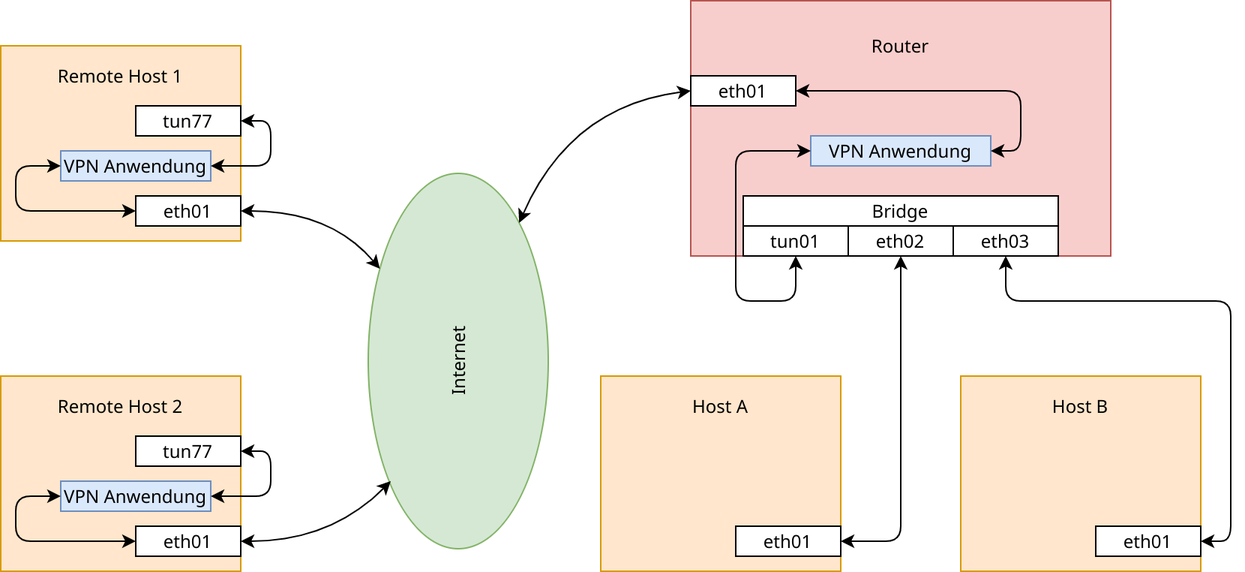
Above: latex/tap_physical.png in lucaswzyk/pres_tun_tap (draw.io), before the change. Source tidied: cells renumbered, new cells last; positions are measured from the earlier drawing's top-left corner, leaving out a move shared by most shapes.
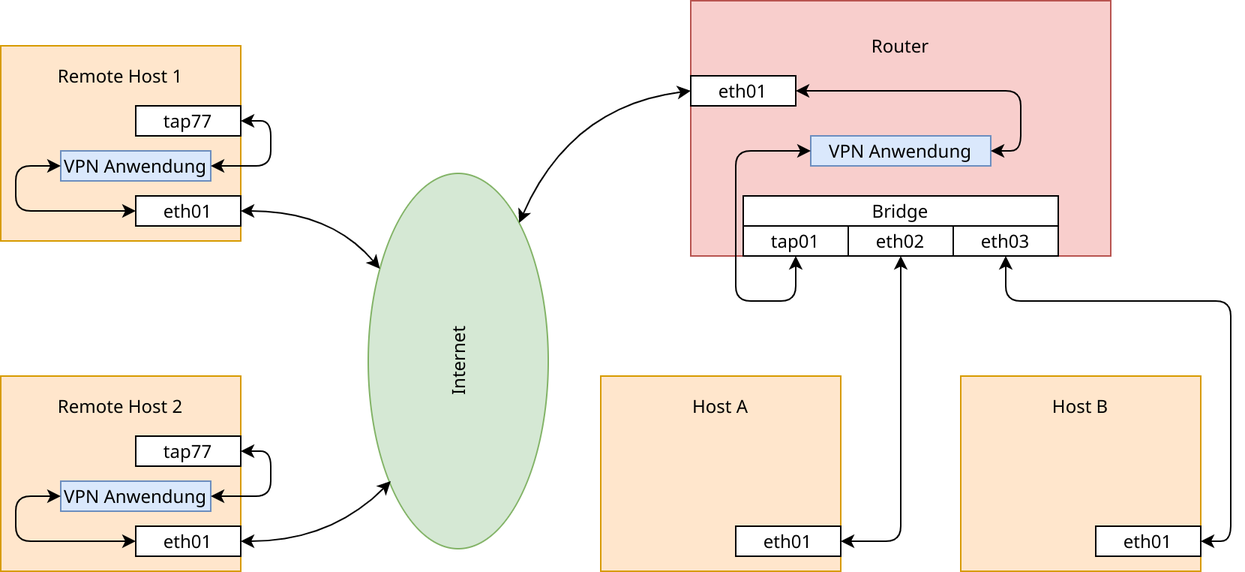
After the commit.

Diff of the diagram source:
```diff
@@ -2,168 +2,168 @@
   <root>
     <mxCell id="0" />
     <mxCell id="1" parent="0" />
-    <mxCell id="2" style="rounded=0;whiteSpace=wrap;html=1;fillColor=#ffe6cc;strokeColor=#d79b00;" parent="1" vertex="1">
-      <mxGeometry x="400" y="250" width="160" height="130" as="geometry" />
-    </mxCell>
-    <mxCell id="3" style="rounded=0;whiteSpace=wrap;html=1;fillColor=#f8cecc;strokeColor=#b85450;" parent="1" vertex="1">
-      <mxGeometry x="460" width="280" height="170" as="geometry" />
-    </mxCell>
+    <mxCell id="38" style="rounded=0;whiteSpace=wrap;html=1;fillColor=#ffe6cc;strokeColor=#d79b00;" parent="1" vertex="1">
+      <mxGeometry x="400" y="250" width="160" height="130" as="geometry" />
+    </mxCell>
+    <mxCell id="39" style="rounded=0;whiteSpace=wrap;html=1;fillColor=#f8cecc;strokeColor=#b85450;" parent="1" vertex="1">
+      <mxGeometry x="460" width="280" height="170" as="geometry" />
+    </mxCell>
     <mxCell id="4" value="Router" style="text;html=1;strokeColor=none;fillColor=none;align=center;verticalAlign=middle;whiteSpace=wrap;rounded=0;" parent="1" vertex="1">
       <mxGeometry x="560" y="20" width="80" height="20" as="geometry" />
     </mxCell>
-    <mxCell id="5" value="tun01" style="rounded=0;whiteSpace=wrap;html=1;" parent="1" vertex="1">
-      <mxGeometry x="495" y="150" width="70" height="20" as="geometry" />
-    </mxCell>
+    <mxCell id="40" value="tap01" style="rounded=0;whiteSpace=wrap;html=1;" parent="1" vertex="1">
+      <mxGeometry x="495" y="150" width="70" height="20" as="geometry" />
+    </mxCell>
     <mxCell id="6" value="eth02" style="rounded=0;whiteSpace=wrap;html=1;" parent="1" vertex="1">
       <mxGeometry x="565" y="150" width="70" height="20" as="geometry" />
     </mxCell>
     <mxCell id="7" value="Bridge" style="rounded=0;whiteSpace=wrap;html=1;" parent="1" vertex="1">
       <mxGeometry x="495" y="130" width="210" height="20" as="geometry" />
     </mxCell>
-    <mxCell id="8" value="VPN Anwendung" style="rounded=0;whiteSpace=wrap;html=1;fillColor=#dae8fc;strokeColor=#6c8ebf;" parent="1" vertex="1">
-      <mxGeometry x="540" y="90" width="120" height="20" as="geometry" />
-    </mxCell>
+    <mxCell id="41" value="VPN Anwendung" style="rounded=0;whiteSpace=wrap;html=1;fillColor=#dae8fc;strokeColor=#6c8ebf;" parent="1" vertex="1">
+      <mxGeometry x="540" y="90" width="120" height="20" as="geometry" />
+    </mxCell>
     <mxCell id="9" value="Internet" style="ellipse;whiteSpace=wrap;html=1;fillColor=#d5e8d4;strokeColor=#82b366;rotation=-90;" parent="1" vertex="1">
       <mxGeometry x="180" y="180" width="250" height="120" as="geometry" />
     </mxCell>
-    <mxCell id="10" value="eth01" style="rounded=0;whiteSpace=wrap;html=1;" parent="1" vertex="1">
-      <mxGeometry x="460" y="50" width="70" height="20" as="geometry" />
-    </mxCell>
-    <mxCell id="11" style="rounded=0;whiteSpace=wrap;html=1;fillColor=#ffe6cc;strokeColor=#d79b00;" parent="1" vertex="1">
-      <mxGeometry y="30" width="160" height="130" as="geometry" />
-    </mxCell>
+    <mxCell id="42" value="eth01" style="rounded=0;whiteSpace=wrap;html=1;" parent="1" vertex="1">
+      <mxGeometry x="460" y="50" width="70" height="20" as="geometry" />
+    </mxCell>
+    <mxCell id="43" style="rounded=0;whiteSpace=wrap;html=1;fillColor=#ffe6cc;strokeColor=#d79b00;" parent="1" vertex="1">
+      <mxGeometry y="30" width="160" height="130" as="geometry" />
+    </mxCell>
     <mxCell id="12" value="Remote Host 1" style="text;html=1;strokeColor=none;fillColor=none;align=center;verticalAlign=middle;whiteSpace=wrap;rounded=0;" parent="1" vertex="1">
       <mxGeometry x="30" y="40" width="100" height="20" as="geometry" />
     </mxCell>
-    <mxCell id="13" value="tun77" style="rounded=0;whiteSpace=wrap;html=1;" parent="1" vertex="1">
-      <mxGeometry x="90" y="70" width="70" height="20" as="geometry" />
-    </mxCell>
-    <mxCell id="14" value="VPN Anwendung" style="rounded=0;whiteSpace=wrap;html=1;fillColor=#dae8fc;strokeColor=#6c8ebf;" parent="1" vertex="1">
-      <mxGeometry x="40" y="100" width="100" height="20" as="geometry" />
-    </mxCell>
-    <mxCell id="15" style="endArrow=classic;startArrow=classic;html=1;entryX=1;entryY=0.5;entryDx=0;entryDy=0;exitX=1;exitY=0.5;exitDx=0;exitDy=0;rounded=1;" parent="1" edge="1" source="14" target="13">
-      <mxGeometry relative="1" as="geometry">
-        <Array as="points">
-          <mxPoint x="180" y="110" />
-          <mxPoint x="180" y="80" />
-        </Array>
-      </mxGeometry>
-    </mxCell>
-    <mxCell id="16" value="eth01" style="rounded=0;whiteSpace=wrap;html=1;" parent="1" vertex="1">
-      <mxGeometry x="90" y="130" width="70" height="20" as="geometry" />
-    </mxCell>
-    <mxCell id="17" style="endArrow=classic;startArrow=classic;html=1;entryX=0;entryY=0.5;entryDx=0;entryDy=0;exitX=0;exitY=0.5;exitDx=0;exitDy=0;" parent="1" edge="1" source="16" target="14">
-      <mxGeometry relative="1" as="geometry">
-        <Array as="points">
-          <mxPoint x="10" y="140" />
-          <mxPoint x="10" y="110" />
-        </Array>
-      </mxGeometry>
-    </mxCell>
-    <mxCell id="18" style="rounded=0;whiteSpace=wrap;html=1;fillColor=#ffe6cc;strokeColor=#d79b00;" parent="1" vertex="1">
-      <mxGeometry y="250" width="160" height="130" as="geometry" />
-    </mxCell>
+    <mxCell id="44" value="tap77" style="rounded=0;whiteSpace=wrap;html=1;" parent="1" vertex="1">
+      <mxGeometry x="90" y="70" width="70" height="20" as="geometry" />
+    </mxCell>
+    <mxCell id="45" value="VPN Anwendung" style="rounded=0;whiteSpace=wrap;html=1;fillColor=#dae8fc;strokeColor=#6c8ebf;" parent="1" vertex="1">
+      <mxGeometry x="40" y="100" width="100" height="20" as="geometry" />
+    </mxCell>
+    <mxCell id="46" style="endArrow=classic;startArrow=classic;html=1;entryX=1;entryY=0.5;entryDx=0;entryDy=0;exitX=1;exitY=0.5;exitDx=0;exitDy=0;rounded=1;" parent="1" edge="1" source="45" target="44">
+      <mxGeometry relative="1" as="geometry">
+        <Array as="points">
+          <mxPoint x="180" y="110" />
+          <mxPoint x="180" y="80" />
+        </Array>
+      </mxGeometry>
+    </mxCell>
+    <mxCell id="47" value="eth01" style="rounded=0;whiteSpace=wrap;html=1;" parent="1" vertex="1">
+      <mxGeometry x="90" y="130" width="70" height="20" as="geometry" />
+    </mxCell>
+    <mxCell id="48" style="endArrow=classic;startArrow=classic;html=1;entryX=0;entryY=0.5;entryDx=0;entryDy=0;exitX=0;exitY=0.5;exitDx=0;exitDy=0;" parent="1" edge="1" source="47" target="45">
+      <mxGeometry relative="1" as="geometry">
+        <Array as="points">
+          <mxPoint x="10" y="140" />
+          <mxPoint x="10" y="110" />
+        </Array>
+      </mxGeometry>
+    </mxCell>
+    <mxCell id="49" style="rounded=0;whiteSpace=wrap;html=1;fillColor=#ffe6cc;strokeColor=#d79b00;" parent="1" vertex="1">
+      <mxGeometry y="250" width="160" height="130" as="geometry" />
+    </mxCell>
     <mxCell id="19" value="Remote Host 2" style="text;html=1;strokeColor=none;fillColor=none;align=center;verticalAlign=middle;whiteSpace=wrap;rounded=0;" parent="1" vertex="1">
       <mxGeometry x="35" y="260" width="90" height="20" as="geometry" />
     </mxCell>
-    <mxCell id="20" value="tun77" style="rounded=0;whiteSpace=wrap;html=1;" parent="1" vertex="1">
-      <mxGeometry x="90" y="290" width="70" height="20" as="geometry" />
-    </mxCell>
-    <mxCell id="21" value="VPN Anwendung" style="rounded=0;whiteSpace=wrap;html=1;fillColor=#dae8fc;strokeColor=#6c8ebf;" parent="1" vertex="1">
-      <mxGeometry x="40" y="320" width="100" height="20" as="geometry" />
-    </mxCell>
-    <mxCell id="22" style="endArrow=classic;startArrow=classic;html=1;entryX=1;entryY=0.5;entryDx=0;entryDy=0;exitX=1;exitY=0.5;exitDx=0;exitDy=0;rounded=1;" parent="1" edge="1" source="21" target="20">
-      <mxGeometry relative="1" as="geometry">
-        <Array as="points">
-          <mxPoint x="180" y="330" />
-          <mxPoint x="180" y="300" />
-        </Array>
-      </mxGeometry>
-    </mxCell>
-    <mxCell id="23" value="eth01" style="rounded=0;whiteSpace=wrap;html=1;" parent="1" vertex="1">
-      <mxGeometry x="90" y="350" width="70" height="20" as="geometry" />
-    </mxCell>
-    <mxCell id="24" style="endArrow=classic;startArrow=classic;html=1;entryX=0;entryY=0.5;entryDx=0;entryDy=0;exitX=0;exitY=0.5;exitDx=0;exitDy=0;" parent="1" edge="1" source="23" target="21">
-      <mxGeometry relative="1" as="geometry">
-        <Array as="points">
-          <mxPoint x="10" y="360" />
-          <mxPoint x="10" y="330" />
-        </Array>
-      </mxGeometry>
-    </mxCell>
+    <mxCell id="50" value="tap77" style="rounded=0;whiteSpace=wrap;html=1;" parent="1" vertex="1">
+      <mxGeometry x="90" y="290" width="70" height="20" as="geometry" />
+    </mxCell>
+    <mxCell id="51" value="VPN Anwendung" style="rounded=0;whiteSpace=wrap;html=1;fillColor=#dae8fc;strokeColor=#6c8ebf;" parent="1" vertex="1">
+      <mxGeometry x="40" y="320" width="100" height="20" as="geometry" />
+    </mxCell>
+    <mxCell id="52" style="endArrow=classic;startArrow=classic;html=1;entryX=1;entryY=0.5;entryDx=0;entryDy=0;exitX=1;exitY=0.5;exitDx=0;exitDy=0;rounded=1;" parent="1" edge="1" source="51" target="50">
+      <mxGeometry relative="1" as="geometry">
+        <Array as="points">
+          <mxPoint x="180" y="330" />
+          <mxPoint x="180" y="300" />
+        </Array>
+      </mxGeometry>
+    </mxCell>
+    <mxCell id="53" value="eth01" style="rounded=0;whiteSpace=wrap;html=1;" parent="1" vertex="1">
+      <mxGeometry x="90" y="350" width="70" height="20" as="geometry" />
+    </mxCell>
+    <mxCell id="54" style="endArrow=classic;startArrow=classic;html=1;entryX=0;entryY=0.5;entryDx=0;entryDy=0;exitX=0;exitY=0.5;exitDx=0;exitDy=0;" parent="1" edge="1" source="53" target="51">
+      <mxGeometry relative="1" as="geometry">
+        <Array as="points">
+          <mxPoint x="10" y="360" />
+          <mxPoint x="10" y="330" />
+        </Array>
+      </mxGeometry>
+    </mxCell>
     <mxCell id="25" value="Host A" style="text;html=1;strokeColor=none;fillColor=none;align=center;verticalAlign=middle;whiteSpace=wrap;rounded=0;" parent="1" vertex="1">
       <mxGeometry x="435" y="260" width="90" height="20" as="geometry" />
     </mxCell>
-    <mxCell id="26" value="eth01" style="rounded=0;whiteSpace=wrap;html=1;" parent="1" vertex="1">
-      <mxGeometry x="490" y="350" width="70" height="20" as="geometry" />
-    </mxCell>
-    <mxCell id="27" style="rounded=0;whiteSpace=wrap;html=1;fillColor=#ffe6cc;strokeColor=#d79b00;" parent="1" vertex="1">
-      <mxGeometry x="640" y="250" width="160" height="130" as="geometry" />
-    </mxCell>
+    <mxCell id="55" value="eth01" style="rounded=0;whiteSpace=wrap;html=1;" parent="1" vertex="1">
+      <mxGeometry x="490" y="350" width="70" height="20" as="geometry" />
+    </mxCell>
+    <mxCell id="56" style="rounded=0;whiteSpace=wrap;html=1;fillColor=#ffe6cc;strokeColor=#d79b00;" parent="1" vertex="1">
+      <mxGeometry x="640" y="250" width="160" height="130" as="geometry" />
+    </mxCell>
     <mxCell id="28" value="Host B" style="text;html=1;strokeColor=none;fillColor=none;align=center;verticalAlign=middle;whiteSpace=wrap;rounded=0;" parent="1" vertex="1">
       <mxGeometry x="675" y="260" width="90" height="20" as="geometry" />
     </mxCell>
-    <mxCell id="29" value="eth01" style="rounded=0;whiteSpace=wrap;html=1;" parent="1" vertex="1">
-      <mxGeometry x="730" y="350" width="70" height="20" as="geometry" />
-    </mxCell>
+    <mxCell id="57" value="eth01" style="rounded=0;whiteSpace=wrap;html=1;" parent="1" vertex="1">
+      <mxGeometry x="730" y="350" width="70" height="20" as="geometry" />
+    </mxCell>
     <mxCell id="30" value="eth03" style="rounded=0;whiteSpace=wrap;html=1;" parent="1" vertex="1">
       <mxGeometry x="635" y="150" width="70" height="20" as="geometry" />
     </mxCell>
-    <mxCell id="31" style="endArrow=classic;startArrow=classic;html=1;entryX=0.5;entryY=1;entryDx=0;entryDy=0;exitX=1;exitY=0.5;exitDx=0;exitDy=0;" parent="1" edge="1" source="26" target="6">
-      <mxGeometry relative="1" as="geometry">
-        <Array as="points">
-          <mxPoint x="600" y="360" />
-          <mxPoint x="600" y="200" />
-        </Array>
-      </mxGeometry>
-    </mxCell>
-    <mxCell id="32" style="endArrow=classic;startArrow=classic;html=1;entryX=0.5;entryY=1;entryDx=0;entryDy=0;exitX=1;exitY=0.5;exitDx=0;exitDy=0;" parent="1" edge="1" source="29" target="30">
-      <mxGeometry relative="1" as="geometry">
-        <Array as="points">
-          <mxPoint x="820" y="360" />
-          <mxPoint x="820" y="200" />
-          <mxPoint x="670" y="200" />
-        </Array>
-      </mxGeometry>
-    </mxCell>
-    <mxCell id="33" style="endArrow=classic;startArrow=classic;html=1;entryX=0;entryY=0.5;entryDx=0;entryDy=0;curved=1;" parent="1" edge="1" source="9" target="10">
-      <mxGeometry relative="1" as="geometry">
-        <Array as="points">
-          <mxPoint x="380" y="70" />
-        </Array>
-      </mxGeometry>
-    </mxCell>
-    <mxCell id="34" style="endArrow=classic;startArrow=classic;html=1;exitX=1;exitY=0.5;exitDx=0;exitDy=0;curved=1;" parent="1" edge="1" source="16" target="9">
-      <mxGeometry relative="1" as="geometry">
-        <Array as="points">
-          <mxPoint x="220" y="140" />
-        </Array>
-      </mxGeometry>
-    </mxCell>
-    <mxCell id="35" style="endArrow=classic;startArrow=classic;html=1;exitX=1;exitY=0.5;exitDx=0;exitDy=0;curved=1;entryX=0.18;entryY=0.125;entryDx=0;entryDy=0;entryPerimeter=0;" parent="1" edge="1" source="23" target="9">
-      <mxGeometry relative="1" as="geometry">
-        <Array as="points">
-          <mxPoint x="220" y="360" />
-        </Array>
-      </mxGeometry>
-    </mxCell>
-    <mxCell id="36" style="endArrow=classic;startArrow=classic;html=1;exitX=1;exitY=0.5;exitDx=0;exitDy=0;entryX=1;entryY=0.5;entryDx=0;entryDy=0;" parent="1" edge="1" source="10" target="8">
-      <mxGeometry relative="1" as="geometry">
-        <Array as="points">
-          <mxPoint x="680" y="60" />
-          <mxPoint x="680" y="100" />
-        </Array>
-      </mxGeometry>
-    </mxCell>
-    <mxCell id="37" style="endArrow=classic;startArrow=classic;html=1;exitX=0.5;exitY=1;exitDx=0;exitDy=0;" parent="1" edge="1" source="5">
-      <mxGeometry relative="1" as="geometry">
-        <mxPoint x="540" y="100" as="targetPoint" />
-        <Array as="points">
-          <mxPoint x="530" y="200" />
-          <mxPoint x="490" y="200" />
-          <mxPoint x="490" y="100" />
-        </Array>
-      </mxGeometry>
-    </mxCell>
+    <mxCell id="58" style="endArrow=classic;startArrow=classic;html=1;entryX=0.5;entryY=1;entryDx=0;entryDy=0;exitX=1;exitY=0.5;exitDx=0;exitDy=0;" parent="1" edge="1" source="55" target="6">
+      <mxGeometry relative="1" as="geometry">
+        <Array as="points">
+          <mxPoint x="600" y="360" />
+          <mxPoint x="600" y="200" />
+        </Array>
+      </mxGeometry>
+    </mxCell>
+    <mxCell id="59" style="endArrow=classic;startArrow=classic;html=1;entryX=0.5;entryY=1;entryDx=0;entryDy=0;exitX=1;exitY=0.5;exitDx=0;exitDy=0;" parent="1" edge="1" source="57" target="30">
+      <mxGeometry relative="1" as="geometry">
+        <Array as="points">
+          <mxPoint x="820" y="360" />
+          <mxPoint x="820" y="200" />
+          <mxPoint x="670" y="200" />
+        </Array>
+      </mxGeometry>
+    </mxCell>
+    <mxCell id="60" style="endArrow=classic;startArrow=classic;html=1;entryX=0;entryY=0.5;entryDx=0;entryDy=0;curved=1;" parent="1" edge="1" source="9" target="42">
+      <mxGeometry relative="1" as="geometry">
+        <Array as="points">
+          <mxPoint x="380" y="70" />
+        </Array>
+      </mxGeometry>
+    </mxCell>
+    <mxCell id="61" style="endArrow=classic;startArrow=classic;html=1;exitX=1;exitY=0.5;exitDx=0;exitDy=0;curved=1;" parent="1" edge="1" source="47" target="9">
+      <mxGeometry relative="1" as="geometry">
+        <Array as="points">
+          <mxPoint x="220" y="140" />
+        </Array>
+      </mxGeometry>
+    </mxCell>
+    <mxCell id="62" style="endArrow=classic;startArrow=classic;html=1;exitX=1;exitY=0.5;exitDx=0;exitDy=0;curved=1;entryX=0.18;entryY=0.125;entryDx=0;entryDy=0;entryPerimeter=0;" parent="1" edge="1" source="53" target="9">
+      <mxGeometry relative="1" as="geometry">
+        <Array as="points">
+          <mxPoint x="220" y="360" />
+        </Array>
+      </mxGeometry>
+    </mxCell>
+    <mxCell id="63" style="endArrow=classic;startArrow=classic;html=1;exitX=1;exitY=0.5;exitDx=0;exitDy=0;entryX=1;entryY=0.5;entryDx=0;entryDy=0;" parent="1" edge="1" source="42" target="41">
+      <mxGeometry relative="1" as="geometry">
+        <Array as="points">
+          <mxPoint x="680" y="60" />
+          <mxPoint x="680" y="100" />
+        </Array>
+      </mxGeometry>
+    </mxCell>
+    <mxCell id="64" style="endArrow=classic;startArrow=classic;html=1;exitX=0.5;exitY=1;exitDx=0;exitDy=0;" parent="1" edge="1" source="40">
+      <mxGeometry relative="1" as="geometry">
+        <mxPoint x="540" y="100" as="targetPoint" />
+        <Array as="points">
+          <mxPoint x="530" y="200" />
+          <mxPoint x="490" y="200" />
+          <mxPoint x="490" y="100" />
+        </Array>
+      </mxGeometry>
+    </mxCell>
   </root>
 </mxGraphModel>
```
